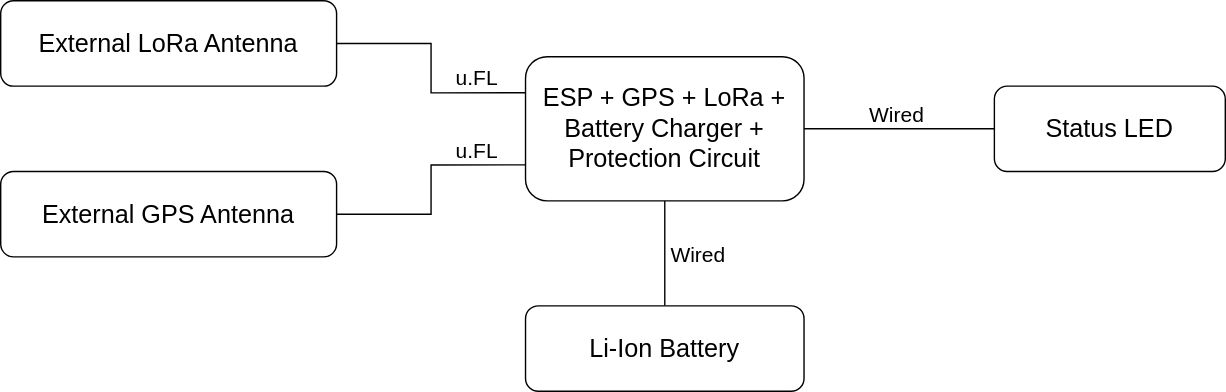
metisvela/sailtrack keeps this draw.io diagram as SailTrack Radio/block-diagram.svg. Above is the earlier version. Source tidied: cells renumbered, new cells last; positions are measured from the earlier drawing's top-left corner, leaving out a move shared by most shapes.
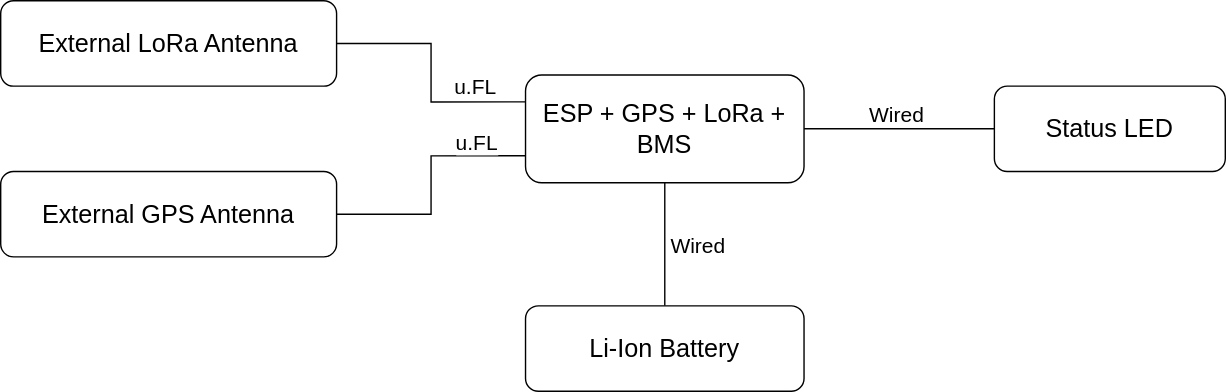
After the change.

Change to the diagram source:
```diff
@@ -10,8 +10,8 @@
         <mxPoint x="42.7" as="offset" />
       </mxGeometry>
     </mxCell>
-    <mxCell id="4" value="ESP + GPS + LoRa + Battery Charger + Protection Circuit" style="rounded=1;whiteSpace=wrap;html=1;fontSize=18;" parent="1" vertex="1">
-      <mxGeometry x="375" y="40" width="199" height="103" as="geometry" />
+    <mxCell id="4" value="ESP + GPS + LoRa + BMS" style="rounded=1;whiteSpace=wrap;html=1;fontSize=18;" parent="1" vertex="1">
+      <mxGeometry x="375" y="53" width="199" height="77" as="geometry" />
     </mxCell>
     <mxCell id="5" style="edgeStyle=orthogonalEdgeStyle;rounded=0;jettySize=auto;html=1;exitX=0.5;exitY=0;exitDx=0;exitDy=0;entryX=0.5;entryY=1;entryDx=0;entryDy=0;endArrow=none;endFill=0;" parent="1" edge="1" source="7" target="4">
       <mxGeometry relative="1" as="geometry" />
```
